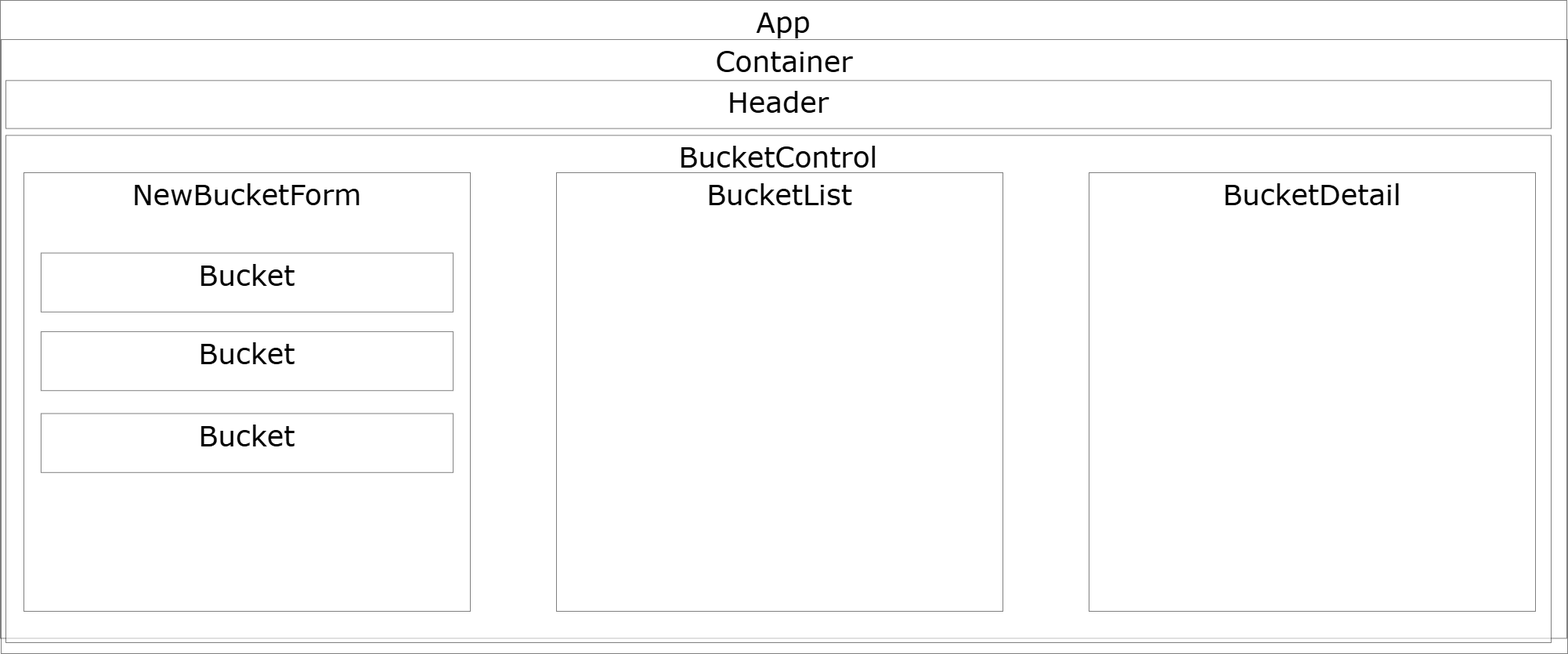
This is component-diagram.png from Hoomee90/icecream-parlor, a draw.io export, as it was before one commit. Source tidied: cells renumbered, new cells last; positions are measured from the earlier drawing's top-left corner, leaving out a move shared by most shapes.
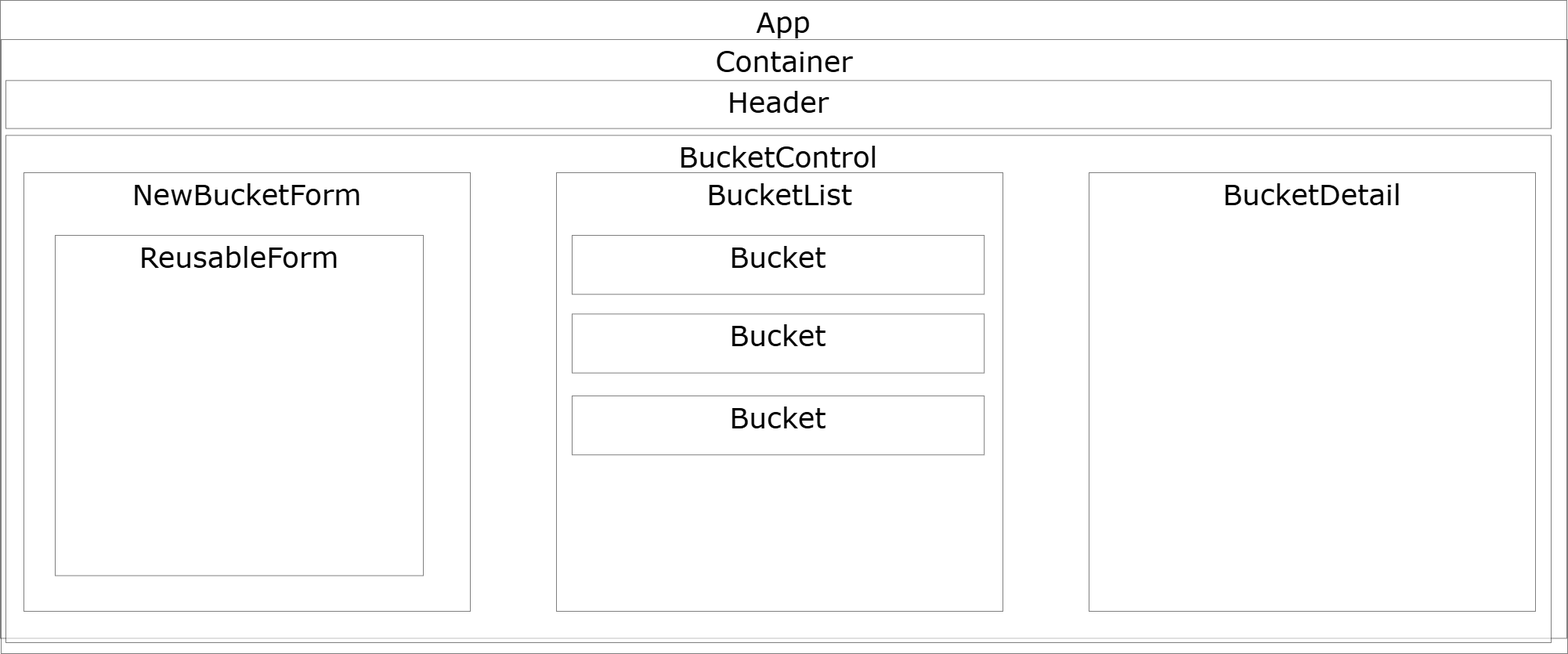
The same diagram one commit later.

Commit message:
correct component diagram

The edit, as a diff of the source:
```diff
@@ -17,23 +17,26 @@
     <mxCell id="6" value="BucketDetail" style="rounded=0;whiteSpace=wrap;html=1;opacity=50;strokeColor=default;align=center;verticalAlign=top;fontFamily=Verdana;fontSize=36;fontColor=default;fontStyle=0;fillColor=default;" parent="1" vertex="1">
       <mxGeometry x="1390" y="220" width="570" height="560" as="geometry" />
     </mxCell>
-    <mxCell id="7" value="BucketList" style="rounded=0;whiteSpace=wrap;html=1;opacity=50;strokeColor=default;align=center;verticalAlign=top;fontFamily=Verdana;fontSize=36;fontColor=default;fontStyle=0;fillColor=default;" parent="1" vertex="1">
-      <mxGeometry x="710" y="220" width="570" height="560" as="geometry" />
-    </mxCell>
     <mxCell id="8" style="group;" parent="1" vertex="1">
-      <mxGeometry x="30" y="220" width="570" height="560" as="geometry" />
+      <mxGeometry x="30" y="220" width="580" height="594.5" as="geometry" />
     </mxCell>
     <mxCell id="9" value="NewBucketForm" style="rounded=0;whiteSpace=wrap;html=1;opacity=50;strokeColor=default;align=center;verticalAlign=top;fontFamily=Verdana;fontSize=36;fontColor=default;fontStyle=0;fillColor=default;" parent="8" vertex="1">
       <mxGeometry width="570" height="560" as="geometry" />
     </mxCell>
+    <mxCell id="13" value="ReusableForm" style="rounded=0;whiteSpace=wrap;html=1;opacity=50;strokeColor=default;align=center;verticalAlign=top;fontFamily=Verdana;fontSize=36;fontColor=default;fontStyle=0;fillColor=default;" parent="8" vertex="1">
+      <mxGeometry x="40" y="80" width="470" height="434.5" as="geometry" />
+    </mxCell>
+    <mxCell id="7" value="BucketList" style="rounded=0;whiteSpace=wrap;html=1;opacity=50;strokeColor=default;align=center;verticalAlign=top;fontFamily=Verdana;fontSize=36;fontColor=default;fontStyle=0;fillColor=default;" parent="1" vertex="1">
+      <mxGeometry x="710" y="220" width="570" height="560" as="geometry" />
+    </mxCell>
-    <mxCell id="10" value="Bucket" style="rounded=0;whiteSpace=wrap;html=1;opacity=50;strokeColor=default;align=center;verticalAlign=top;fontFamily=Verdana;fontSize=36;fontColor=default;fontStyle=0;fillColor=default;" parent="8" vertex="1">
-      <mxGeometry x="21.9" y="102.5" width="526.2" height="75.3" as="geometry" />
+    <mxCell id="10" value="Bucket" style="rounded=0;whiteSpace=wrap;html=1;opacity=50;strokeColor=default;align=center;verticalAlign=top;fontFamily=Verdana;fontSize=36;fontColor=default;fontStyle=0;fillColor=default;" parent="1" vertex="1">
+      <mxGeometry x="730" y="300" width="526.2" height="75.3" as="geometry" />
     </mxCell>
-    <mxCell id="11" value="Bucket" style="rounded=0;whiteSpace=wrap;html=1;opacity=50;strokeColor=default;align=center;verticalAlign=top;fontFamily=Verdana;fontSize=36;fontColor=default;fontStyle=0;fillColor=default;" parent="8" vertex="1">
-      <mxGeometry x="21.9" y="202.9" width="526.2" height="75.3" as="geometry" />
+    <mxCell id="11" value="Bucket" style="rounded=0;whiteSpace=wrap;html=1;opacity=50;strokeColor=default;align=center;verticalAlign=top;fontFamily=Verdana;fontSize=36;fontColor=default;fontStyle=0;fillColor=default;" parent="1" vertex="1">
+      <mxGeometry x="730" y="400.4" width="526.2" height="75.3" as="geometry" />
     </mxCell>
-    <mxCell id="12" value="Bucket" style="rounded=0;whiteSpace=wrap;html=1;opacity=50;strokeColor=default;align=center;verticalAlign=top;fontFamily=Verdana;fontSize=36;fontColor=default;fontStyle=0;fillColor=default;" parent="8" vertex="1">
-      <mxGeometry x="21.9" y="307.5" width="526.2" height="75.3" as="geometry" />
+    <mxCell id="12" value="Bucket" style="rounded=0;whiteSpace=wrap;html=1;opacity=50;strokeColor=default;align=center;verticalAlign=top;fontFamily=Verdana;fontSize=36;fontColor=default;fontStyle=0;fillColor=default;" parent="1" vertex="1">
+      <mxGeometry x="730" y="505" width="526.2" height="75.3" as="geometry" />
     </mxCell>
   </root>
 </mxGraphModel>
```
